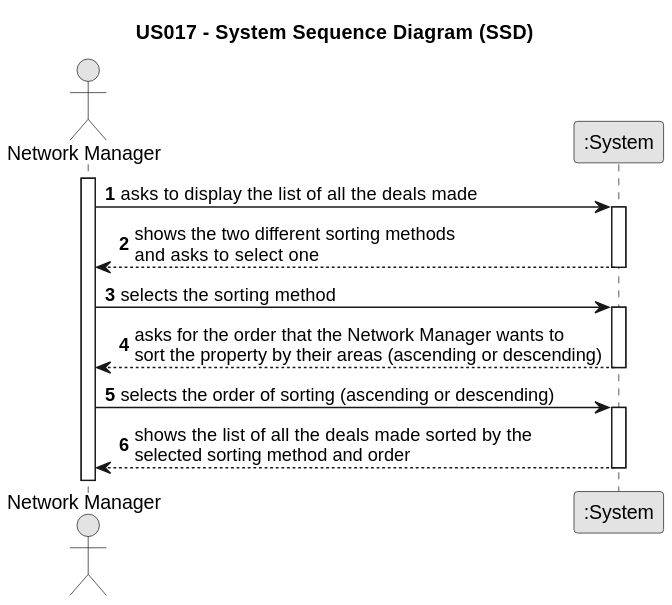
Earlier version of the PlantUML export docs/sprintD/us017/01.requirements-engineering/svg/us017-system-sequence-diagram.svg (1220812/LAPR2).
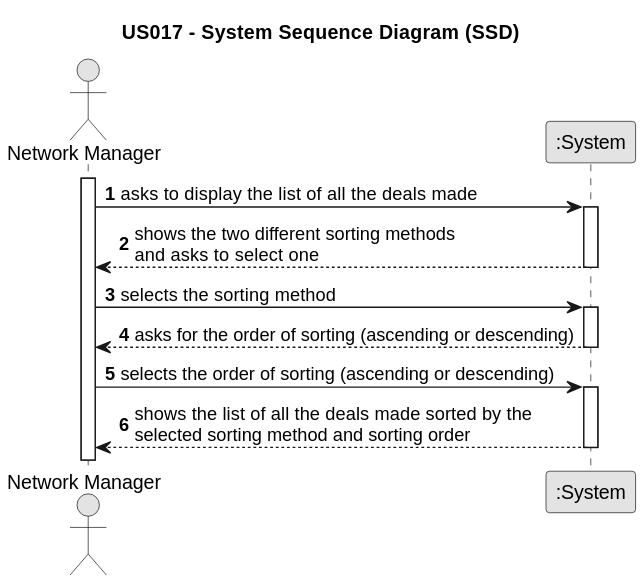
The same file after the commit.

Commit message:
Use case diagram updated Some updates in the US017 - design

The edit, as a diff of the source:
```diff
@@ -24,7 +24,7 @@
 
     activate System
 
-    System --> NM : asks for the order that the Network Manager wants to \nsort the property by their areas (ascending or descending)
+    System --> NM : asks for the order of sorting (ascending or descending)
 
     deactivate System
 
@@ -32,7 +32,7 @@
 
     activate System
 
-    System --> NM : shows the list of all the deals made sorted by the \nselected sorting method and order
+    System --> NM : shows the list of all the deals made sorted by the \nselected sorting method and sorting order
 
     deactivate System
 @enduml
```
